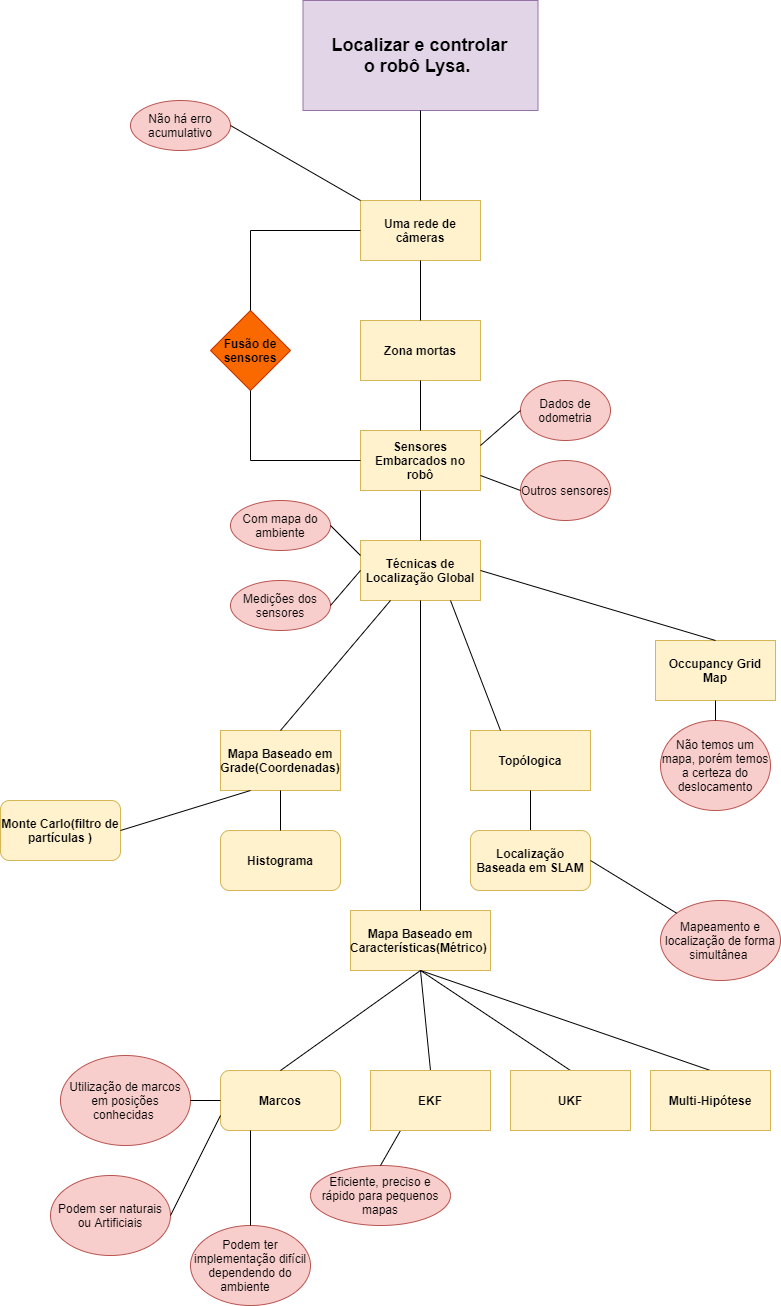
Above: Imagens/Diagram.png in matheusdutra0207/TCC (draw.io), before the change. Source tidied: cells renumbered, new cells last; positions are measured from the earlier drawing's top-left corner, leaving out a move shared by most shapes.
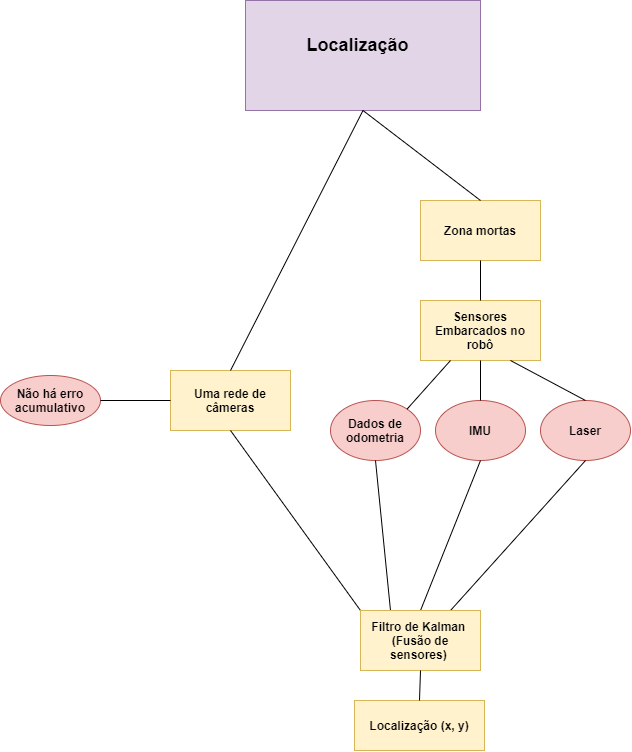
After the commit.

Commit message:
Diagrama att

Diff of the diagram source:
```diff
@@ -2,197 +2,71 @@
   <root>
     <mxCell id="0" />
     <mxCell id="1" parent="0" />
-    <mxCell id="2" value="&lt;div style=&quot;font-size: 18px;&quot;&gt;Localizar e controlar&lt;/div&gt;&lt;div style=&quot;font-size: 18px;&quot;&gt;o robô Lysa.&amp;nbsp;&lt;/div&gt;" style="rounded=0;whiteSpace=wrap;html=1;fillColor=#e1d5e7;strokeColor=#9673a6;fontStyle=1;fontSize=18;" parent="1" vertex="1">
-      <mxGeometry x="302.5" width="235" height="110" as="geometry" />
-    </mxCell>
+    <mxCell id="62" value="&lt;div style=&quot;font-size: 18px&quot;&gt;Localização&amp;nbsp;&amp;nbsp;&lt;/div&gt;&lt;div style=&quot;font-size: 18px&quot;&gt;&lt;br&gt;&lt;/div&gt;" style="rounded=0;whiteSpace=wrap;html=1;fillColor=#e1d5e7;strokeColor=#9673a6;fontStyle=1;fontSize=18;align=center;" parent="1" vertex="1">
+      <mxGeometry x="265" y="-10" width="235" height="110" as="geometry" />
+    </mxCell>
     <mxCell id="3" value="Zona mortas" style="rounded=0;whiteSpace=wrap;html=1;fontStyle=1;fillColor=#fff2cc;strokeColor=#d6b656;" parent="1" vertex="1">
-      <mxGeometry x="360" y="320" width="120" height="60" as="geometry" />
+      <mxGeometry x="440" y="190" width="120" height="60" as="geometry" />
     </mxCell>
     <mxCell id="4" value="Uma rede de câmeras" style="rounded=0;whiteSpace=wrap;html=1;fontStyle=1;fillColor=#fff2cc;strokeColor=#d6b656;" parent="1" vertex="1">
-      <mxGeometry x="360" y="200" width="120" height="60" as="geometry" />
+      <mxGeometry x="190" y="360" width="120" height="60" as="geometry" />
     </mxCell>
-    <mxCell id="5" value="Não há erro acumulativo" style="ellipse;whiteSpace=wrap;html=1;fillColor=#f8cecc;strokeColor=#b85450;" parent="1" vertex="1">
-      <mxGeometry x="130" y="100" width="100" height="50" as="geometry" />
+    <mxCell id="5" value="Não há erro acumulativo" style="ellipse;whiteSpace=wrap;html=1;fillColor=#f8cecc;strokeColor=#b85450;fontStyle=1;" parent="1" vertex="1">
+      <mxGeometry x="20" y="365" width="100" height="50" as="geometry" />
     </mxCell>
-    <mxCell id="6" value="Dados de odometria" style="ellipse;whiteSpace=wrap;html=1;fillColor=#f8cecc;strokeColor=#b85450;" parent="1" vertex="1">
-      <mxGeometry x="520" y="380" width="90" height="60" as="geometry" />
+    <mxCell id="6" value="Dados de odometria" style="ellipse;whiteSpace=wrap;html=1;fillColor=#f8cecc;strokeColor=#b85450;fontStyle=1;" parent="1" vertex="1">
+      <mxGeometry x="350" y="390" width="90" height="60" as="geometry" />
     </mxCell>
-    <mxCell id="7" value="Outros&amp;nbsp;sensores" style="ellipse;whiteSpace=wrap;html=1;fillColor=#f8cecc;strokeColor=#b85450;" parent="1" vertex="1">
-      <mxGeometry x="520" y="460" width="90" height="60" as="geometry" />
-    </mxCell>
     <mxCell id="8" value="&lt;span&gt;Sensores Embarcados no robô&lt;/span&gt;" style="rounded=0;whiteSpace=wrap;html=1;fontStyle=1;fillColor=#fff2cc;strokeColor=#d6b656;" parent="1" vertex="1">
-      <mxGeometry x="360" y="430" width="120" height="60" as="geometry" />
+      <mxGeometry x="440" y="290" width="120" height="60" as="geometry" />
     </mxCell>
-    <mxCell id="9" value="Técnicas de Localização Global" style="rounded=0;whiteSpace=wrap;html=1;fontStyle=1;fillColor=#fff2cc;strokeColor=#d6b656;" parent="1" vertex="1">
-      <mxGeometry x="360" y="540" width="120" height="60" as="geometry" />
-    </mxCell>
-    <mxCell id="10" style="endArrow=none;html=1;exitX=0;exitY=0;exitDx=0;exitDy=0;entryX=1;entryY=0.5;entryDx=0;entryDy=0;" parent="1" edge="1" source="4" target="5">
-      <mxGeometry relative="1" as="geometry" />
-    </mxCell>
-    <mxCell id="11" style="endArrow=none;html=1;exitX=0.5;exitY=0;exitDx=0;exitDy=0;entryX=0.5;entryY=1;entryDx=0;entryDy=0;" parent="1" edge="1" source="4" target="2">
-      <mxGeometry relative="1" as="geometry" />
-    </mxCell>
-    <mxCell id="12" style="endArrow=none;html=1;exitX=0.5;exitY=0;exitDx=0;exitDy=0;entryX=0.5;entryY=1;entryDx=0;entryDy=0;" parent="1" edge="1" source="3" target="4">
-      <mxGeometry relative="1" as="geometry" />
-    </mxCell>
+    <mxCell id="63" style="endArrow=none;html=1;exitX=0.5;exitY=0;exitDx=0;exitDy=0;entryX=0.5;entryY=1;entryDx=0;entryDy=0;" parent="1" edge="1" source="4" target="62">
+      <mxGeometry relative="1" as="geometry" />
+    </mxCell>
+    <mxCell id="43" style="endArrow=none;html=1;exitX=0.5;exitY=1;exitDx=0;exitDy=0;" parent="1" edge="1" source="3" target="8">
+      <mxGeometry relative="1" as="geometry" />
+    </mxCell>
+    <mxCell id="64" style="endArrow=none;html=1;exitX=1;exitY=0.5;exitDx=0;exitDy=0;entryX=0;entryY=0.5;entryDx=0;entryDy=0;" parent="1" edge="1" source="5" target="4">
+      <mxGeometry relative="1" as="geometry" />
+    </mxCell>
+    <mxCell id="65" style="endArrow=none;html=1;entryX=0.5;entryY=0;entryDx=0;entryDy=0;exitX=0.5;exitY=1;exitDx=0;exitDy=0;" parent="1" edge="1" source="62" target="3">
+      <mxGeometry relative="1" as="geometry" />
+    </mxCell>
+    <mxCell id="66" value="IMU" style="ellipse;whiteSpace=wrap;html=1;fillColor=#f8cecc;strokeColor=#b85450;fontStyle=1;" parent="1" vertex="1">
+      <mxGeometry x="455" y="390" width="90" height="60" as="geometry" />
+    </mxCell>
+    <mxCell id="67" value="Laser" style="ellipse;whiteSpace=wrap;html=1;fillColor=#f8cecc;strokeColor=#b85450;fontStyle=1;" parent="1" vertex="1">
+      <mxGeometry x="560" y="390" width="90" height="60" as="geometry" />
+    </mxCell>
+    <mxCell id="68" style="endArrow=none;html=1;exitX=0.5;exitY=1;exitDx=0;exitDy=0;entryX=0;entryY=0;entryDx=0;entryDy=0;" parent="1" edge="1" source="4" target="74">
+      <mxGeometry relative="1" as="geometry" />
+    </mxCell>
+    <mxCell id="69" style="endArrow=none;html=1;entryX=0.5;entryY=1;entryDx=0;entryDy=0;exitX=0.25;exitY=0;exitDx=0;exitDy=0;" parent="1" edge="1" source="74" target="6">
+      <mxGeometry relative="1" as="geometry" />
+    </mxCell>
+    <mxCell id="70" style="endArrow=none;html=1;entryX=0.5;entryY=1;entryDx=0;entryDy=0;exitX=0.5;exitY=0;exitDx=0;exitDy=0;" parent="1" edge="1" source="74" target="66">
+      <mxGeometry relative="1" as="geometry" />
+    </mxCell>
+    <mxCell id="71" style="endArrow=none;html=1;entryX=0.5;entryY=1;entryDx=0;entryDy=0;exitX=0.75;exitY=0;exitDx=0;exitDy=0;" parent="1" edge="1" source="74" target="67">
+      <mxGeometry relative="1" as="geometry" />
+    </mxCell>
-    <mxCell id="13" style="endArrow=none;html=1;exitX=1;exitY=0.25;exitDx=0;exitDy=0;entryX=0;entryY=0.5;entryDx=0;entryDy=0;" parent="1" edge="1" source="8" target="6">
+    <mxCell id="13" style="endArrow=none;html=1;exitX=0.25;exitY=1;exitDx=0;exitDy=0;entryX=1;entryY=0;entryDx=0;entryDy=0;" parent="1" edge="1" source="8" target="6">
       <mxGeometry relative="1" as="geometry" />
     </mxCell>
-    <mxCell id="14" style="endArrow=none;html=1;exitX=0;exitY=0.5;exitDx=0;exitDy=0;entryX=1;entryY=0.75;entryDx=0;entryDy=0;" parent="1" edge="1" source="7" target="8">
-      <mxGeometry relative="1" as="geometry" />
-    </mxCell>
-    <mxCell id="15" value="Com mapa do ambiente" style="ellipse;whiteSpace=wrap;html=1;fillColor=#f8cecc;strokeColor=#b85450;" parent="1" vertex="1">
-      <mxGeometry x="230" y="500" width="100" height="50" as="geometry" />
-    </mxCell>
-    <mxCell id="16" value="Medições dos sensores" style="ellipse;whiteSpace=wrap;html=1;fillColor=#f8cecc;strokeColor=#b85450;" parent="1" vertex="1">
-      <mxGeometry x="230" y="580" width="100" height="50" as="geometry" />
-    </mxCell>
-    <mxCell id="17" value="Mapa Baseado em Grade(Coordenadas)" style="rounded=0;whiteSpace=wrap;html=1;fontStyle=1;fillColor=#fff2cc;strokeColor=#d6b656;" parent="1" vertex="1">
-      <mxGeometry x="220" y="730" width="120" height="60" as="geometry" />
-    </mxCell>
-    <mxCell id="18" style="endArrow=none;html=1;exitX=0.5;exitY=0;exitDx=0;exitDy=0;entryX=0.25;entryY=1;entryDx=0;entryDy=0;" parent="1" edge="1" source="17" target="9">
-      <mxGeometry relative="1" as="geometry" />
-    </mxCell>
-    <mxCell id="19" value="Mapa Baseado em Características(Métrico)&amp;nbsp;" style="rounded=0;whiteSpace=wrap;html=1;fontStyle=1;fillColor=#fff2cc;strokeColor=#d6b656;" parent="1" vertex="1">
-      <mxGeometry x="350" y="910" width="140" height="60" as="geometry" />
-    </mxCell>
-    <mxCell id="20" style="endArrow=none;html=1;exitX=0.5;exitY=1;exitDx=0;exitDy=0;entryX=0.5;entryY=0;entryDx=0;entryDy=0;" parent="1" edge="1" source="9" target="19">
-      <mxGeometry relative="1" as="geometry" />
-    </mxCell>
-    <mxCell id="21" value="Topólogica" style="rounded=0;whiteSpace=wrap;html=1;fontStyle=1;fillColor=#fff2cc;strokeColor=#d6b656;" parent="1" vertex="1">
-      <mxGeometry x="470" y="730" width="120" height="60" as="geometry" />
-    </mxCell>
-    <mxCell id="22" style="endArrow=none;html=1;exitX=0.75;exitY=1;exitDx=0;exitDy=0;entryX=0.25;entryY=0;entryDx=0;entryDy=0;" parent="1" edge="1" source="9" target="21">
-      <mxGeometry relative="1" as="geometry" />
-    </mxCell>
-    <mxCell id="23" style="endArrow=none;html=1;exitX=0.5;exitY=0;exitDx=0;exitDy=0;entryX=0.5;entryY=1;entryDx=0;entryDy=0;" parent="1" edge="1" source="25" target="21">
-      <mxGeometry relative="1" as="geometry" />
-    </mxCell>
-    <mxCell id="24" value="Monte Carlo(filtro de partículas )" style="rounded=1;whiteSpace=wrap;html=1;fontStyle=1;fillColor=#fff2cc;strokeColor=#d6b656;" parent="1" vertex="1">
-      <mxGeometry y="800" width="120" height="60" as="geometry" />
-    </mxCell>
-    <mxCell id="25" value="&lt;span&gt;Localização Baseada em SLAM&lt;/span&gt;" style="rounded=1;whiteSpace=wrap;html=1;fontStyle=1;fillColor=#fff2cc;strokeColor=#d6b656;" parent="1" vertex="1">
-      <mxGeometry x="470" y="830" width="120" height="60" as="geometry" />
-    </mxCell>
-    <mxCell id="26" value="Histograma" style="rounded=1;whiteSpace=wrap;html=1;fontStyle=1;fillColor=#fff2cc;strokeColor=#d6b656;" parent="1" vertex="1">
-      <mxGeometry x="220" y="830" width="120" height="60" as="geometry" />
-    </mxCell>
-    <mxCell id="27" value="Marcos" style="rounded=1;whiteSpace=wrap;html=1;fontStyle=1;fillColor=#fff2cc;strokeColor=#d6b656;" parent="1" vertex="1">
-      <mxGeometry x="220" y="1070" width="120" height="60" as="geometry" />
-    </mxCell>
-    <mxCell id="28" style="endArrow=none;html=1;exitX=0.5;exitY=0;exitDx=0;exitDy=0;entryX=0.5;entryY=1;entryDx=0;entryDy=0;" parent="1" edge="1" source="27" target="19">
-      <mxGeometry relative="1" as="geometry" />
-    </mxCell>
-    <mxCell id="29" value="Utilização de marcos em posições conhecidas&amp;nbsp;" style="ellipse;whiteSpace=wrap;html=1;fillColor=#f8cecc;strokeColor=#b85450;" parent="1" vertex="1">
-      <mxGeometry x="60" y="1055" width="130" height="90" as="geometry" />
-    </mxCell>
-    <mxCell id="30" style="endArrow=none;html=1;exitX=1;exitY=0.5;exitDx=0;exitDy=0;entryX=0;entryY=0.5;entryDx=0;entryDy=0;" parent="1" edge="1" target="27">
-      <mxGeometry relative="1" as="geometry">
-        <mxPoint x="190" y="1100" as="sourcePoint" />
-      </mxGeometry>
-    </mxCell>
-    <mxCell id="31" value="Podem ser naturais ou Artificiais" style="ellipse;whiteSpace=wrap;html=1;fillColor=#f8cecc;strokeColor=#b85450;" parent="1" vertex="1">
-      <mxGeometry x="50" y="1175" width="120" height="80" as="geometry" />
-    </mxCell>
-    <mxCell id="32" style="endArrow=none;html=1;exitX=1;exitY=0.5;exitDx=0;exitDy=0;entryX=0;entryY=0.75;entryDx=0;entryDy=0;" parent="1" edge="1" source="31" target="27">
-      <mxGeometry relative="1" as="geometry" />
-    </mxCell>
-    <mxCell id="33" value="EKF" style="rounded=0;whiteSpace=wrap;html=1;fontStyle=1;" parent="1" vertex="1">
-      <mxGeometry x="370" y="1070" width="120" height="60" as="geometry" />
-    </mxCell>
-    <mxCell id="34" style="endArrow=none;html=1;exitX=0.5;exitY=0;exitDx=0;exitDy=0;entryX=0.5;entryY=1;entryDx=0;entryDy=0;" parent="1" edge="1" source="33" target="19">
-      <mxGeometry relative="1" as="geometry" />
-    </mxCell>
-    <mxCell id="35" value="Podem ter implementação difícil dependendo do ambiente&amp;nbsp; &amp;nbsp;" style="ellipse;whiteSpace=wrap;html=1;fillColor=#f8cecc;strokeColor=#b85450;" parent="1" vertex="1">
-      <mxGeometry x="190" y="1225" width="120" height="80" as="geometry" />
-    </mxCell>
-    <mxCell id="36" style="endArrow=none;html=1;exitX=0.5;exitY=0;exitDx=0;exitDy=0;entryX=0.25;entryY=1;entryDx=0;entryDy=0;" parent="1" edge="1" source="35" target="27">
-      <mxGeometry relative="1" as="geometry" />
-    </mxCell>
-    <mxCell id="37" value="Eficiente, preciso e rápido para pequenos mapas&lt;br&gt;" style="ellipse;whiteSpace=wrap;html=1;fillColor=#f8cecc;strokeColor=#b85450;" parent="1" vertex="1">
-      <mxGeometry x="310" y="1165" width="140" height="60" as="geometry" />
-    </mxCell>
-    <mxCell id="38" style="endArrow=none;html=1;exitX=0.5;exitY=0;exitDx=0;exitDy=0;entryX=0.25;entryY=1;entryDx=0;entryDy=0;" parent="1" edge="1" source="37" target="33">
-      <mxGeometry relative="1" as="geometry" />
-    </mxCell>
-    <mxCell id="39" value="UKF" style="rounded=0;whiteSpace=wrap;html=1;fontStyle=1;" parent="1" vertex="1">
-      <mxGeometry x="510" y="1070" width="120" height="60" as="geometry" />
-    </mxCell>
-    <mxCell id="40" style="endArrow=none;html=1;exitX=0.5;exitY=1;exitDx=0;exitDy=0;entryX=0.5;entryY=0;entryDx=0;entryDy=0;" parent="1" edge="1" source="19" target="39">
-      <mxGeometry relative="1" as="geometry" />
-    </mxCell>
-    <mxCell id="41" style="endArrow=none;html=1;exitX=0.5;exitY=1;exitDx=0;exitDy=0;entryX=0.5;entryY=0;entryDx=0;entryDy=0;" parent="1" edge="1" source="19" target="42">
-      <mxGeometry relative="1" as="geometry" />
-    </mxCell>
-    <mxCell id="42" value="Multi-Hipótese" style="rounded=0;whiteSpace=wrap;html=1;fontStyle=1;fillColor=#fff2cc;strokeColor=#d6b656;" parent="1" vertex="1">
-      <mxGeometry x="650" y="1070" width="120" height="60" as="geometry" />
-    </mxCell>
-    <mxCell id="43" style="endArrow=none;html=1;exitX=0.5;exitY=1;exitDx=0;exitDy=0;" parent="1" edge="1" source="3" target="8">
-      <mxGeometry relative="1" as="geometry" />
-    </mxCell>
-    <mxCell id="44" style="endArrow=none;html=1;exitX=0.5;exitY=1;exitDx=0;exitDy=0;entryX=0.5;entryY=0;entryDx=0;entryDy=0;" parent="1" edge="1" source="8" target="9">
-      <mxGeometry relative="1" as="geometry" />
-    </mxCell>
-    <mxCell id="45" value="Fusão de sensores" style="rhombus;whiteSpace=wrap;html=1;fontStyle=1;fillColor=#fa6800;strokeColor=#C73500;fontColor=#000000;" parent="1" vertex="1">
-      <mxGeometry x="210" y="310" width="80" height="80" as="geometry" />
-    </mxCell>
-    <mxCell id="46" style="endArrow=none;html=1;entryX=0;entryY=0.5;entryDx=0;entryDy=0;" parent="1" edge="1" target="4">
-      <mxGeometry relative="1" as="geometry">
-        <mxPoint x="250" y="230" as="sourcePoint" />
-      </mxGeometry>
-    </mxCell>
-    <mxCell id="47" style="endArrow=none;html=1;entryX=0.5;entryY=0;entryDx=0;entryDy=0;" parent="1" edge="1" target="45">
-      <mxGeometry relative="1" as="geometry">
-        <mxPoint x="250" y="230" as="sourcePoint" />
-      </mxGeometry>
-    </mxCell>
-    <mxCell id="48" style="endArrow=none;html=1;exitX=0;exitY=0.5;exitDx=0;exitDy=0;" parent="1" edge="1" source="8">
-      <mxGeometry relative="1" as="geometry">
-        <mxPoint x="250" y="460" as="targetPoint" />
-      </mxGeometry>
-    </mxCell>
-    <mxCell id="49" style="endArrow=none;html=1;entryX=0.5;entryY=1;entryDx=0;entryDy=0;" parent="1" edge="1" target="45">
-      <mxGeometry relative="1" as="geometry">
-        <mxPoint x="250" y="460" as="sourcePoint" />
-      </mxGeometry>
-    </mxCell>
-    <mxCell id="50" style="endArrow=none;html=1;exitX=1;exitY=0.5;exitDx=0;exitDy=0;entryX=0;entryY=0.25;entryDx=0;entryDy=0;" parent="1" edge="1" source="15" target="9">
-      <mxGeometry relative="1" as="geometry" />
-    </mxCell>
-    <mxCell id="51" style="endArrow=none;html=1;exitX=1;exitY=0.5;exitDx=0;exitDy=0;entryX=0;entryY=0.5;entryDx=0;entryDy=0;" parent="1" edge="1" source="16" target="9">
-      <mxGeometry relative="1" as="geometry" />
-    </mxCell>
-    <mxCell id="52" style="endArrow=none;html=1;exitX=0.5;exitY=1;exitDx=0;exitDy=0;" parent="1" edge="1" source="17" target="26">
-      <mxGeometry relative="1" as="geometry" />
-    </mxCell>
-    <mxCell id="53" style="endArrow=none;html=1;exitX=0.5;exitY=0;exitDx=0;exitDy=0;entryX=0.25;entryY=1;entryDx=0;entryDy=0;" parent="1" edge="1" target="17">
-      <mxGeometry relative="1" as="geometry">
-        <mxPoint x="120" y="830" as="sourcePoint" />
-      </mxGeometry>
-    </mxCell>
-    <mxCell id="54" value="Mapeamento e localização de forma simultânea&amp;nbsp;" style="ellipse;whiteSpace=wrap;html=1;fillColor=#f8cecc;strokeColor=#b85450;" parent="1" vertex="1">
-      <mxGeometry x="660" y="900" width="120" height="80" as="geometry" />
-    </mxCell>
-    <mxCell id="55" style="endArrow=none;html=1;entryX=1;entryY=0.5;entryDx=0;entryDy=0;" parent="1" edge="1" source="54" target="25">
-      <mxGeometry relative="1" as="geometry" />
-    </mxCell>
-    <mxCell id="56" value="Occupancy Grid Map" style="rounded=0;whiteSpace=wrap;html=1;fontStyle=1;fillColor=#fff2cc;strokeColor=#d6b656;" parent="1" vertex="1">
-      <mxGeometry x="655" y="640" width="120" height="60" as="geometry" />
-    </mxCell>
-    <mxCell id="57" style="endArrow=none;html=1;entryX=0.5;entryY=0;entryDx=0;entryDy=0;exitX=1;exitY=0.5;exitDx=0;exitDy=0;" parent="1" edge="1" source="9" target="56">
-      <mxGeometry relative="1" as="geometry" />
-    </mxCell>
-    <mxCell id="58" value="Não temos um mapa, porém temos a certeza do deslocamento" style="ellipse;whiteSpace=wrap;html=1;fillColor=#f8cecc;strokeColor=#b85450;" parent="1" vertex="1">
-      <mxGeometry x="660" y="720" width="110" height="90" as="geometry" />
-    </mxCell>
-    <mxCell id="59" style="endArrow=none;html=1;entryX=0.5;entryY=0;entryDx=0;entryDy=0;exitX=0.5;exitY=1;exitDx=0;exitDy=0;" parent="1" edge="1" source="56" target="58">
-      <mxGeometry relative="1" as="geometry" />
-    </mxCell>
-    <mxCell id="60" value="EKF" style="rounded=0;whiteSpace=wrap;html=1;fontStyle=1;fillColor=#fff2cc;strokeColor=#d6b656;" parent="1" vertex="1">
-      <mxGeometry x="370" y="1070" width="120" height="60" as="geometry" />
-    </mxCell>
-    <mxCell id="61" value="UKF" style="rounded=0;whiteSpace=wrap;html=1;fontStyle=1;fillColor=#fff2cc;strokeColor=#d6b656;" parent="1" vertex="1">
-      <mxGeometry x="510" y="1070" width="120" height="60" as="geometry" />
-    </mxCell>
+    <mxCell id="72" style="endArrow=none;html=1;exitX=0.5;exitY=0;exitDx=0;exitDy=0;entryX=0.5;entryY=1;entryDx=0;entryDy=0;" parent="1" edge="1" source="66" target="8">
+      <mxGeometry relative="1" as="geometry" />
+    </mxCell>
+    <mxCell id="73" style="endArrow=none;html=1;exitX=0.75;exitY=1;exitDx=0;exitDy=0;entryX=0.5;entryY=0;entryDx=0;entryDy=0;" parent="1" edge="1" source="8" target="67">
+      <mxGeometry relative="1" as="geometry" />
+    </mxCell>
+    <mxCell id="74" value="Filtro de Kalman &lt;br&gt;(Fusão de sensores)&amp;nbsp;" style="rounded=0;whiteSpace=wrap;html=1;fontStyle=1;fillColor=#fff2cc;strokeColor=#d6b656;" parent="1" vertex="1">
+      <mxGeometry x="380" y="600" width="120" height="60" as="geometry" />
+    </mxCell>
+    <mxCell id="75" value="Localização (x, y)" style="rounded=0;whiteSpace=wrap;html=1;fillColor=#fff2cc;strokeColor=#d6b656;fontStyle=1;" parent="1" vertex="1">
+      <mxGeometry x="374" y="690" width="130" height="50" as="geometry" />
+    </mxCell>
+    <mxCell id="76" style="endArrow=none;html=1;entryX=0.5;entryY=1;entryDx=0;entryDy=0;exitX=0.5;exitY=0;exitDx=0;exitDy=0;" parent="1" edge="1" source="75" target="74">
+      <mxGeometry relative="1" as="geometry" />
+    </mxCell>
   </root>
 </mxGraphModel>
```
